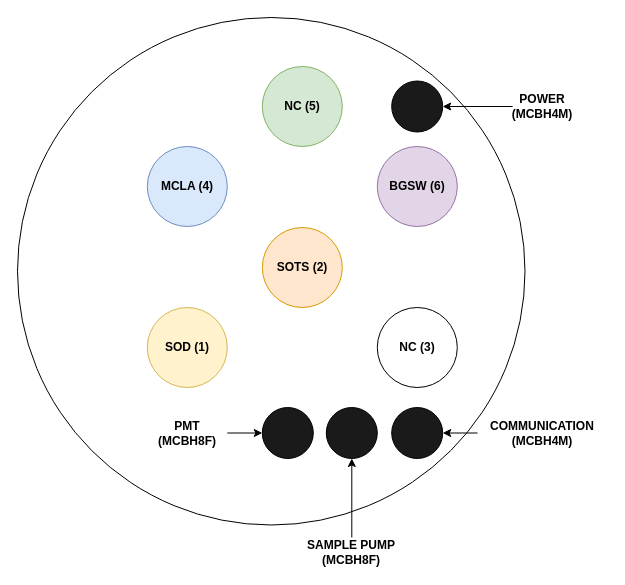
Earlier version of the draw.io diagram hardware/mechanical/pumpAssociation.drawio (williamapardis/SOLARIS). Source tidied: cells renumbered, new cells numbered last; positions are measured from the earlier drawing's top-left corner, leaving out a move shared by most shapes. Both pictures are drawn from the tidied source at 100%, with x=0, y=0 at pixel (17, 17).
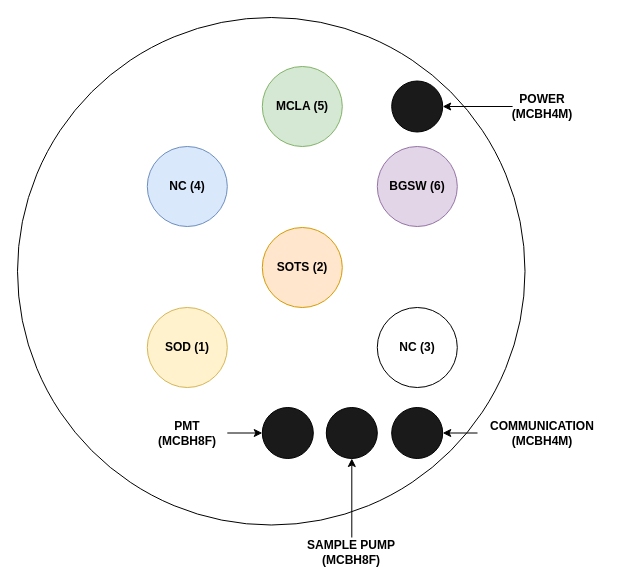
The same diagram, later.

Change to the diagram source:
```diff
@@
-    <mxCell id="6" value="MCLA (4)" style="ellipse;whiteSpace=wrap;html=1;fontStyle=1;fillColor=#dae8fc;strokeColor=#6c8ebf;direction=west;" parent="1" vertex="1">
+    <mxCell id="6" value="NC (4)" style="ellipse;whiteSpace=wrap;html=1;fontStyle=1;fillColor=#dae8fc;strokeColor=#6c8ebf;direction=west;" parent="1" vertex="1">
       <mxGeometry x="129.8" y="129" width="80" height="80" as="geometry" />
     </mxCell>
-    <mxCell id="7" value="NC (5)" style="ellipse;whiteSpace=wrap;html=1;fontStyle=1;fillColor=#d5e8d4;strokeColor=#82b366;direction=west;" parent="1" vertex="1">
+    <mxCell id="7" value="MCLA (5)" style="ellipse;whiteSpace=wrap;html=1;fontStyle=1;fillColor=#d5e8d4;strokeColor=#82b366;direction=west;" parent="1" vertex="1">
       <mxGeometry x="244.8" y="49" width="80" height="80" as="geometry" />
     </mxCell>
```
